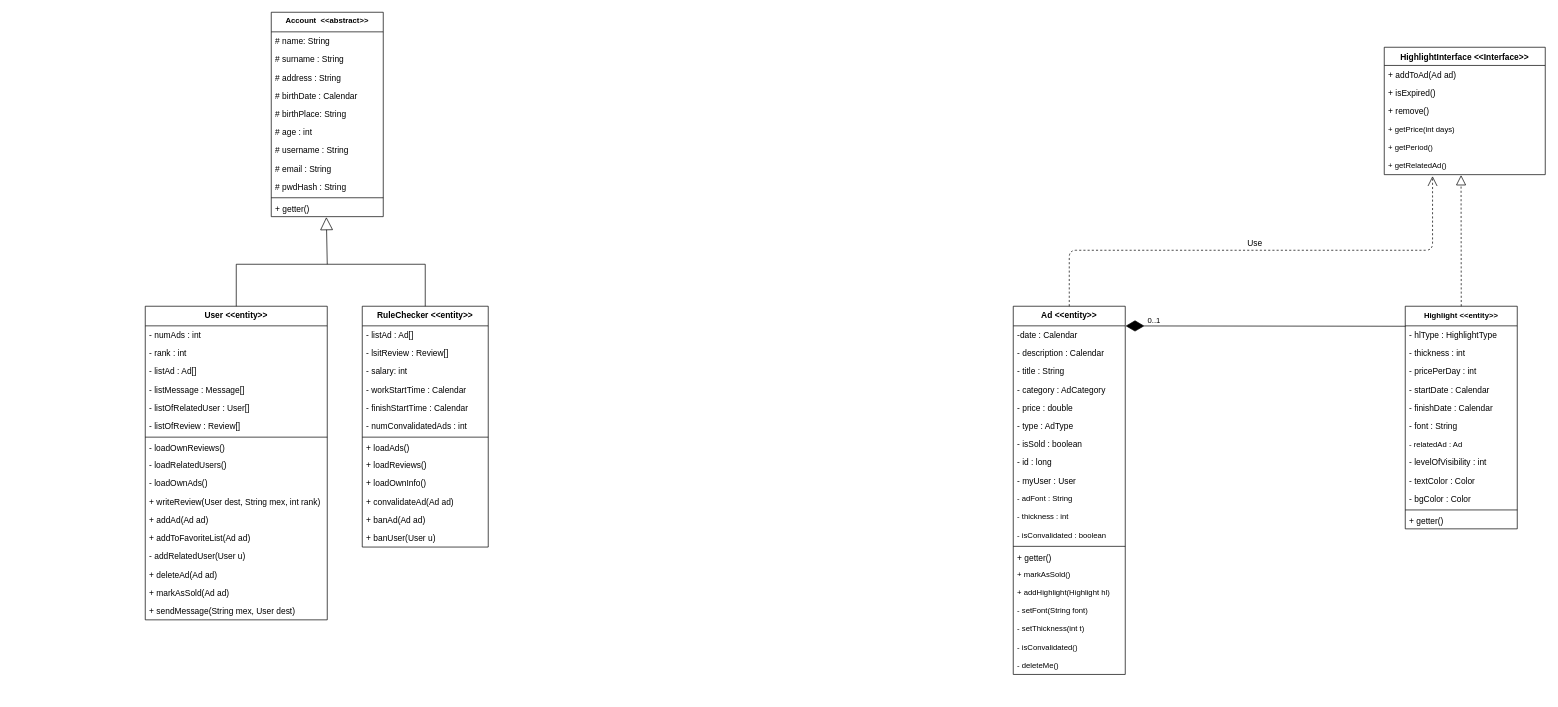
Before: Class Diagram.drawio in AmineMatqoune/TorVerBook, a draw.io diagram. Source tidied: cells renumbered, new cells numbered last; positions are measured from the earlier drawing's top-left corner, leaving out a move shared by most shapes. Both pictures are drawn from the tidied source at 70%, with x=0, y=0 at pixel (145, 12).
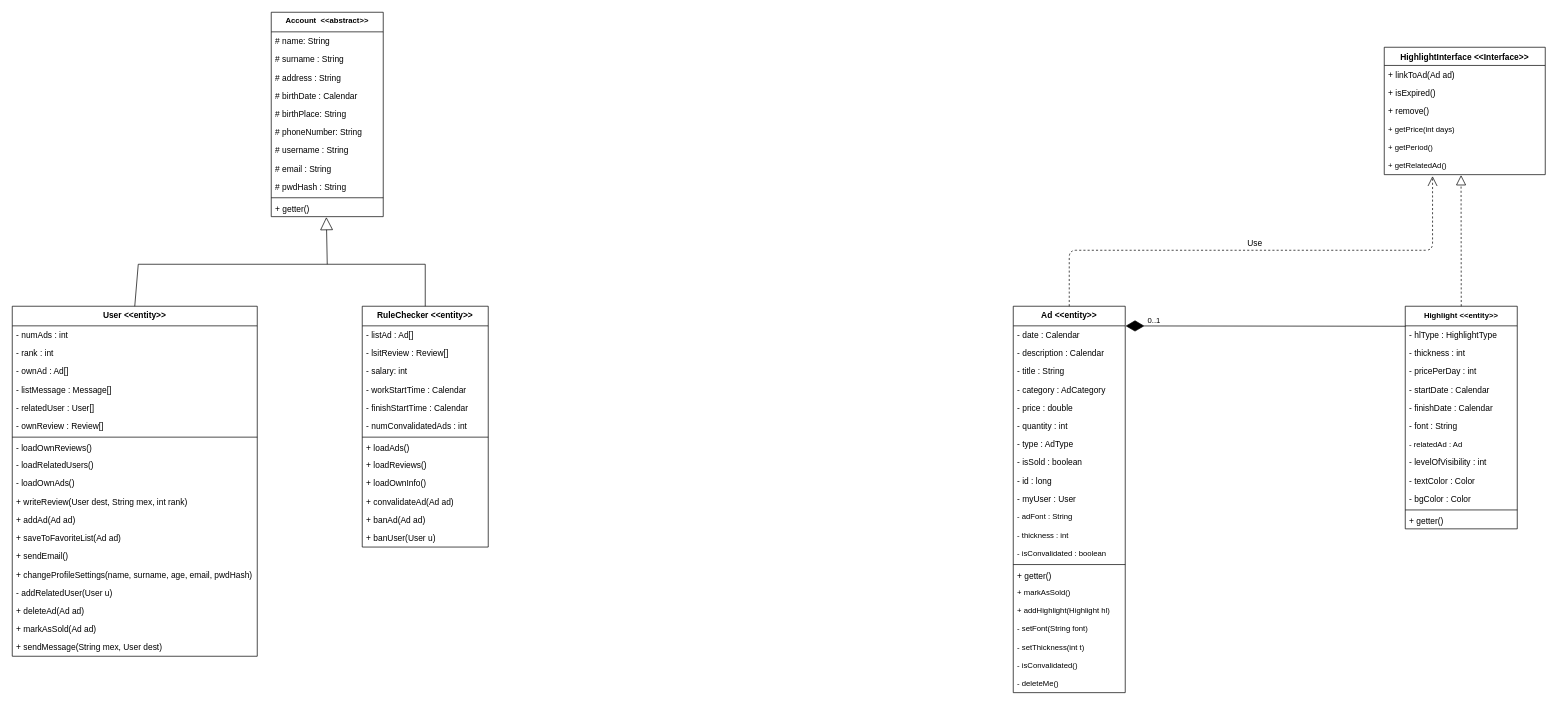
Above is the later version.

Unchanged cells that the change refers to:
```xml
<mxCell id="2" value="Account  &lt;&lt;abstract&gt;&gt;" style="swimlane;fontStyle=1;align=center;verticalAlign=top;horizontal=1;startSize=28;spacing=1;fontSize=11;" parent="1" vertex="1">
  <mxGeometry x="180" width="160" height="292" as="geometry" />
</mxCell>
<mxCell id="86" value="HighlightInterface &lt;&lt;Interface&gt;&gt;" style="swimlane;fontStyle=1;horizontal=1;startSize=26;fillColor=none;fontSize=12;" parent="1" vertex="1">
  <mxGeometry x="1770" y="50" width="230" height="182" as="geometry" />
</mxCell>
```

Change to the diagram source:
```diff
@@
-    <mxCell id="8" value="# age : int" style="text;strokeColor=none;fillColor=none;align=left;verticalAlign=top;spacingLeft=4;spacingRight=4;overflow=hidden;" parent="2" vertex="1">
-      <mxGeometry y="158" width="160" height="26" as="geometry" />
-    </mxCell>
+    <mxCell id="95" value="# phoneNumber: String " style="text;strokeColor=none;fillColor=none;align=left;verticalAlign=top;spacingLeft=4;spacingRight=4;overflow=hidden;" parent="2" vertex="1">
+      <mxGeometry y="158" width="160" height="26" as="geometry" />
+    </mxCell>
@@
     <mxCell id="14" value="User &lt;&lt;entity&gt;&gt;" style="swimlane;fontStyle=1;align=center;verticalAlign=top;horizontal=1;startSize=28;" parent="1" vertex="1">
-      <mxGeometry y="420" width="260" height="448" as="geometry" />
+      <mxGeometry x="-190" y="420" width="350" height="500" as="geometry" />
     </mxCell>
     <mxCell id="15" value="- numAds : int" style="text;strokeColor=none;fillColor=none;align=left;verticalAlign=top;spacingLeft=4;spacingRight=4;overflow=hidden;" parent="14" vertex="1">
-      <mxGeometry y="28" width="260" height="26" as="geometry" />
+      <mxGeometry y="28" width="350" height="26" as="geometry" />
     </mxCell>
     <mxCell id="16" value="- rank : int" style="text;strokeColor=none;fillColor=none;align=left;verticalAlign=top;spacingLeft=4;spacingRight=4;overflow=hidden;" parent="14" vertex="1">
-      <mxGeometry y="54" width="260" height="26" as="geometry" />
+      <mxGeometry y="54" width="350" height="26" as="geometry" />
     </mxCell>
-    <mxCell id="17" value="- listAd : Ad[]" style="text;strokeColor=none;fillColor=none;align=left;verticalAlign=top;spacingLeft=4;spacingRight=4;overflow=hidden;" parent="14" vertex="1">
-      <mxGeometry y="80" width="260" height="26" as="geometry" />
+    <mxCell id="17" value="- ownAd : Ad[]" style="text;strokeColor=none;fillColor=none;align=left;verticalAlign=top;spacingLeft=4;spacingRight=4;overflow=hidden;" parent="14" vertex="1">
+      <mxGeometry y="80" width="350" height="26" as="geometry" />
     </mxCell>
     <mxCell id="18" value="- listMessage : Message[]" style="text;strokeColor=none;fillColor=none;align=left;verticalAlign=top;spacingLeft=4;spacingRight=4;overflow=hidden;" parent="14" vertex="1">
-      <mxGeometry y="106" width="260" height="26" as="geometry" />
+      <mxGeometry y="106" width="350" height="26" as="geometry" />
     </mxCell>
-    <mxCell id="19" value="- listOfRelatedUser : User[]" style="text;strokeColor=none;fillColor=none;align=left;verticalAlign=top;spacingLeft=4;spacingRight=4;overflow=hidden;" parent="14" vertex="1">
-      <mxGeometry y="132" width="260" height="26" as="geometry" />
+    <mxCell id="19" value="- relatedUser : User[]" style="text;strokeColor=none;fillColor=none;align=left;verticalAlign=top;spacingLeft=4;spacingRight=4;overflow=hidden;" parent="14" vertex="1">
+      <mxGeometry y="132" width="350" height="26" as="geometry" />
     </mxCell>
-    <mxCell id="20" value="- listOfReview : Review[]" style="text;strokeColor=none;fillColor=none;align=left;verticalAlign=top;spacingLeft=4;spacingRight=4;overflow=hidden;" parent="14" vertex="1">
-      <mxGeometry y="158" width="260" height="26" as="geometry" />
+    <mxCell id="20" value="- ownReview : Review[]" style="text;strokeColor=none;fillColor=none;align=left;verticalAlign=top;spacingLeft=4;spacingRight=4;overflow=hidden;" parent="14" vertex="1">
+      <mxGeometry y="158" width="350" height="26" as="geometry" />
     </mxCell>
     <mxCell id="21" style="line;strokeWidth=1;fillColor=none;align=left;verticalAlign=middle;spacingTop=-1;spacingLeft=3;spacingRight=3;labelPosition=right;" parent="14" vertex="1">
-      <mxGeometry y="184" width="260" height="6" as="geometry" />
+      <mxGeometry y="184" width="350" height="6" as="geometry" />
     </mxCell>
     <mxCell id="22" value="- loadOwnReviews()" style="text;strokeColor=none;fillColor=none;align=left;verticalAlign=top;spacingLeft=4;spacingRight=4;overflow=hidden;" parent="14" vertex="1">
-      <mxGeometry y="190" width="260" height="24" as="geometry" />
+      <mxGeometry y="190" width="350" height="24" as="geometry" />
     </mxCell>
     <mxCell id="23" value="- loadRelatedUsers()" style="text;strokeColor=none;fillColor=none;align=left;verticalAlign=top;spacingLeft=4;spacingRight=4;overflow=hidden;" parent="14" vertex="1">
-      <mxGeometry y="214" width="260" height="26" as="geometry" />
+      <mxGeometry y="214" width="350" height="26" as="geometry" />
     </mxCell>
     <mxCell id="24" value="- loadOwnAds()" style="text;strokeColor=none;fillColor=none;align=left;verticalAlign=top;spacingLeft=4;spacingRight=4;overflow=hidden;" parent="14" vertex="1">
-      <mxGeometry y="240" width="260" height="26" as="geometry" />
+      <mxGeometry y="240" width="350" height="26" as="geometry" />
     </mxCell>
     <mxCell id="25" value="+ writeReview(User dest, String mex, int rank)" style="text;strokeColor=none;fillColor=none;align=left;verticalAlign=top;spacingLeft=4;spacingRight=4;overflow=hidden;" parent="14" vertex="1">
-      <mxGeometry y="266" width="260" height="26" as="geometry" />
+      <mxGeometry y="266" width="350" height="26" as="geometry" />
     </mxCell>
     <mxCell id="26" value="+ addAd(Ad ad)" style="text;strokeColor=none;fillColor=none;align=left;verticalAlign=top;spacingLeft=4;spacingRight=4;overflow=hidden;" parent="14" vertex="1">
-      <mxGeometry y="292" width="260" height="26" as="geometry" />
+      <mxGeometry y="292" width="350" height="26" as="geometry" />
     </mxCell>
-    <mxCell id="27" value="+ addToFavoriteList(Ad ad)" style="text;strokeColor=none;fillColor=none;align=left;verticalAlign=top;spacingLeft=4;spacingRight=4;overflow=hidden;" parent="14" vertex="1">
-      <mxGeometry y="318" width="260" height="26" as="geometry" />
+    <mxCell id="27" value="+ saveToFavoriteList(Ad ad)" style="text;strokeColor=none;fillColor=none;align=left;verticalAlign=top;spacingLeft=4;spacingRight=4;overflow=hidden;" parent="14" vertex="1">
+      <mxGeometry y="318" width="350" height="26" as="geometry" />
     </mxCell>
+    <mxCell id="96" value="+ sendEmail()" style="text;strokeColor=none;fillColor=none;align=left;verticalAlign=top;spacingLeft=4;spacingRight=4;overflow=hidden;" parent="14" vertex="1">
+      <mxGeometry y="344" width="350" height="26" as="geometry" />
+    </mxCell>
+    <mxCell id="97" value="+ changeProfileSettings(name, surname, age, email, pwdHash)" style="text;strokeColor=none;fillColor=none;align=left;verticalAlign=top;spacingLeft=4;spacingRight=4;overflow=hidden;" parent="14" vertex="1">
+      <mxGeometry y="370" width="350" height="26" as="geometry" />
+    </mxCell>
     <mxCell id="28" value="- addRelatedUser(User u)" style="text;strokeColor=none;fillColor=none;align=left;verticalAlign=top;spacingLeft=4;spacingRight=4;overflow=hidden;" parent="14" vertex="1">
-      <mxGeometry y="344" width="260" height="26" as="geometry" />
+      <mxGeometry y="396" width="350" height="26" as="geometry" />
     </mxCell>
     <mxCell id="29" value="+ deleteAd(Ad ad)" style="text;strokeColor=none;fillColor=none;align=left;verticalAlign=top;spacingLeft=4;spacingRight=4;overflow=hidden;" parent="14" vertex="1">
-      <mxGeometry y="370" width="260" height="26" as="geometry" />
+      <mxGeometry y="422" width="350" height="26" as="geometry" />
     </mxCell>
     <mxCell id="30" value="+ markAsSold(Ad ad)" style="text;strokeColor=none;fillColor=none;align=left;verticalAlign=top;spacingLeft=4;spacingRight=4;overflow=hidden;" parent="14" vertex="1">
-      <mxGeometry y="396" width="260" height="26" as="geometry" />
+      <mxGeometry y="448" width="350" height="26" as="geometry" />
     </mxCell>
     <mxCell id="31" value="+ sendMessage(String mex, User dest)" style="text;strokeColor=none;fillColor=none;align=left;verticalAlign=top;spacingLeft=4;spacingRight=4;overflow=hidden;" parent="14" vertex="1">
-      <mxGeometry y="422" width="260" height="26" as="geometry" />
+      <mxGeometry y="474" width="350" height="26" as="geometry" />
     </mxCell>
@@
     <mxCell id="46" style="endArrow=none;html=1;fontColor=#FFFAFB;exitX=0.5;exitY=0;exitDx=0;exitDy=0;" parent="1" edge="1" source="14">
       <mxGeometry relative="1" as="geometry">
-        <mxPoint x="130" y="360" as="targetPoint" />
+        <mxPoint x="-10" y="360" as="targetPoint" />
       </mxGeometry>
     </mxCell>
@@
     <mxCell id="48" style="endArrow=none;html=1;fontColor=#FFFAFB;" parent="1" edge="1">
       <mxGeometry relative="1" as="geometry">
-        <mxPoint x="130" y="360" as="sourcePoint" />
+        <mxPoint x="-10" y="360" as="sourcePoint" />
         <mxPoint x="400" y="360" as="targetPoint" />
       </mxGeometry>
     </mxCell>
@@
     <mxCell id="50" value="Ad &lt;&lt;entity&gt;&gt;" style="swimlane;fontStyle=1;align=center;verticalAlign=top;horizontal=1;startSize=28;" parent="1" vertex="1">
-      <mxGeometry x="1240" y="420" width="160" height="526" as="geometry" />
+      <mxGeometry x="1240" y="420" width="160" height="552" as="geometry" />
     </mxCell>
-    <mxCell id="51" value="-date : Calendar" style="text;strokeColor=none;fillColor=none;align=left;verticalAlign=top;spacingLeft=4;spacingRight=4;overflow=hidden;points=[[0,0.5],[1,0.5]];portConstraint=eastwest;" parent="50" vertex="1">
+    <mxCell id="51" value="- date : Calendar" style="text;strokeColor=none;fillColor=none;align=left;verticalAlign=top;spacingLeft=4;spacingRight=4;overflow=hidden;points=[[0,0.5],[1,0.5]];portConstraint=eastwest;" parent="50" vertex="1">
       <mxGeometry y="28" width="160" height="26" as="geometry" />
     </mxCell>
@@
+    <mxCell id="98" value="- quantity : int" style="text;strokeColor=none;fillColor=none;align=left;verticalAlign=top;spacingLeft=4;spacingRight=4;overflow=hidden;" parent="50" vertex="1">
+      <mxGeometry y="158" width="160" height="26" as="geometry" />
+    </mxCell>
     <mxCell id="56" value="- type : AdType" style="text;strokeColor=none;fillColor=none;align=left;verticalAlign=top;spacingLeft=4;spacingRight=4;overflow=hidden;" parent="50" vertex="1">
-      <mxGeometry y="158" width="160" height="26" as="geometry" />
+      <mxGeometry y="184" width="160" height="26" as="geometry" />
     </mxCell>
     <mxCell id="57" value="- isSold : boolean" style="text;strokeColor=none;fillColor=none;align=left;verticalAlign=top;spacingLeft=4;spacingRight=4;overflow=hidden;" parent="50" vertex="1">
-      <mxGeometry y="184" width="160" height="26" as="geometry" />
+      <mxGeometry y="210" width="160" height="26" as="geometry" />
     </mxCell>
     <mxCell id="58" value="- id : long" style="text;strokeColor=none;fillColor=none;align=left;verticalAlign=top;spacingLeft=4;spacingRight=4;overflow=hidden;" parent="50" vertex="1">
-      <mxGeometry y="210" width="160" height="26" as="geometry" />
+      <mxGeometry y="236" width="160" height="26" as="geometry" />
     </mxCell>
     <mxCell id="59" value="- myUser : User" style="text;strokeColor=none;fillColor=none;align=left;verticalAlign=top;spacingLeft=4;spacingRight=4;overflow=hidden;" parent="50" vertex="1">
-      <mxGeometry y="236" width="160" height="26" as="geometry" />
+      <mxGeometry y="262" width="160" height="26" as="geometry" />
     </mxCell>
     <mxCell id="60" value="- adFont : String" style="text;strokeColor=none;fillColor=none;align=left;verticalAlign=top;spacingLeft=4;spacingRight=4;overflow=hidden;fontSize=11;" parent="50" vertex="1">
-      <mxGeometry y="262" width="160" height="26" as="geometry" />
+      <mxGeometry y="288" width="160" height="26" as="geometry" />
     </mxCell>
     <mxCell id="61" value="- thickness : int" style="text;strokeColor=none;fillColor=none;align=left;verticalAlign=top;spacingLeft=4;spacingRight=4;overflow=hidden;fontSize=11;" parent="50" vertex="1">
-      <mxGeometry y="288" width="160" height="26" as="geometry" />
+      <mxGeometry y="314" width="160" height="26" as="geometry" />
     </mxCell>
     <mxCell id="62" value="- isConvalidated : boolean" style="text;strokeColor=none;fillColor=none;align=left;verticalAlign=top;spacingLeft=4;spacingRight=4;overflow=hidden;fontSize=11;" parent="50" vertex="1">
-      <mxGeometry y="314" width="160" height="26" as="geometry" />
+      <mxGeometry y="340" width="160" height="26" as="geometry" />
     </mxCell>
     <mxCell id="63" style="line;strokeWidth=1;fillColor=none;align=left;verticalAlign=middle;spacingTop=-1;spacingLeft=3;spacingRight=3;labelPosition=right;" parent="50" vertex="1">
-      <mxGeometry y="340" width="160" height="6" as="geometry" />
+      <mxGeometry y="366" width="160" height="6" as="geometry" />
     </mxCell>
     <mxCell id="64" value="+ getter()" style="text;strokeColor=none;fillColor=none;align=left;verticalAlign=top;spacingLeft=4;spacingRight=4;overflow=hidden;" parent="50" vertex="1">
-      <mxGeometry y="346" width="160" height="24" as="geometry" />
+      <mxGeometry y="372" width="160" height="24" as="geometry" />
     </mxCell>
     <mxCell id="65" value="+ markAsSold()" style="text;strokeColor=none;fillColor=none;align=left;verticalAlign=top;spacingLeft=4;spacingRight=4;overflow=hidden;fontSize=11;" parent="50" vertex="1">
-      <mxGeometry y="370" width="160" height="26" as="geometry" />
+      <mxGeometry y="396" width="160" height="26" as="geometry" />
     </mxCell>
     <mxCell id="66" value="+ addHighlight(Highlight hl)" style="text;strokeColor=none;fillColor=none;align=left;verticalAlign=top;spacingLeft=4;spacingRight=4;overflow=hidden;fontSize=11;" parent="50" vertex="1">
-      <mxGeometry y="396" width="160" height="26" as="geometry" />
+      <mxGeometry y="422" width="160" height="26" as="geometry" />
     </mxCell>
     <mxCell id="67" value="- setFont(String font)" style="text;strokeColor=none;fillColor=none;align=left;verticalAlign=top;spacingLeft=4;spacingRight=4;overflow=hidden;fontSize=11;" parent="50" vertex="1">
-      <mxGeometry y="422" width="160" height="26" as="geometry" />
+      <mxGeometry y="448" width="160" height="26" as="geometry" />
     </mxCell>
     <mxCell id="68" value="- setThickness(int t)" style="text;strokeColor=none;fillColor=none;align=left;verticalAlign=top;spacingLeft=4;spacingRight=4;overflow=hidden;fontSize=11;" parent="50" vertex="1">
-      <mxGeometry y="448" width="160" height="26" as="geometry" />
+      <mxGeometry y="474" width="160" height="26" as="geometry" />
     </mxCell>
     <mxCell id="69" value="- isConvalidated()" style="text;strokeColor=none;fillColor=none;align=left;verticalAlign=top;spacingLeft=4;spacingRight=4;overflow=hidden;fontSize=11;" parent="50" vertex="1">
-      <mxGeometry y="474" width="160" height="26" as="geometry" />
+      <mxGeometry y="500" width="160" height="26" as="geometry" />
     </mxCell>
     <mxCell id="70" value="- deleteMe()" style="text;strokeColor=none;fillColor=none;align=left;verticalAlign=top;spacingLeft=4;spacingRight=4;overflow=hidden;fontSize=11;" parent="50" vertex="1">
-      <mxGeometry y="500" width="160" height="26" as="geometry" />
+      <mxGeometry y="526" width="160" height="26" as="geometry" />
     </mxCell>
@@
-    <mxCell id="87" value="+ addToAd(Ad ad)" style="text;strokeColor=none;fillColor=none;align=left;verticalAlign=top;spacingLeft=4;spacingRight=4;overflow=hidden;" parent="86" vertex="1">
+    <mxCell id="87" value="+ linkToAd(Ad ad)" style="text;strokeColor=none;fillColor=none;align=left;verticalAlign=top;spacingLeft=4;spacingRight=4;overflow=hidden;" parent="86" vertex="1">
       <mxGeometry y="26" width="230" height="26" as="geometry" />
     </mxCell>
```
